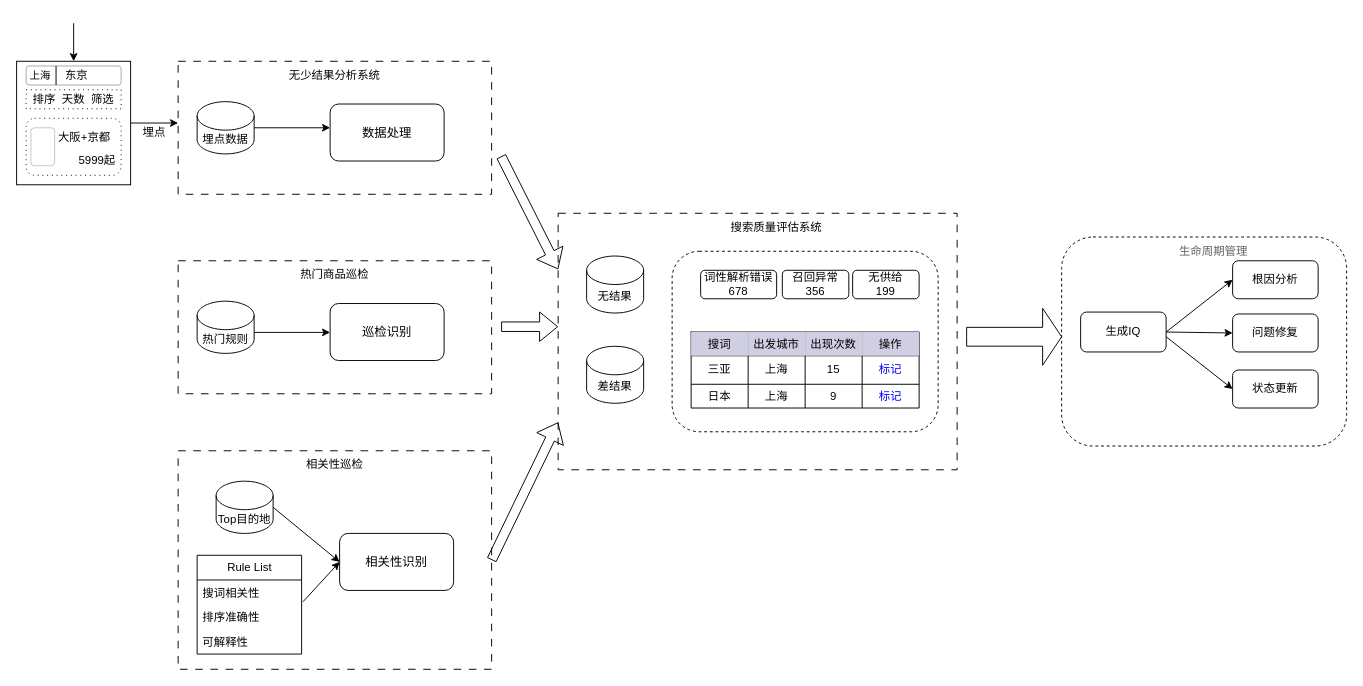
Earlier version of the draw.io diagram 旅游搜索引擎质量评估平台工具建设.drawio (haiyang1985/draw-io). Source tidied: cells renumbered, new cells numbered last; positions are measured from the earlier drawing's top-left corner, leaving out a move shared by most shapes. Both pictures are drawn from the tidied source at 95%, with x=0, y=0 at pixel (16, 23).
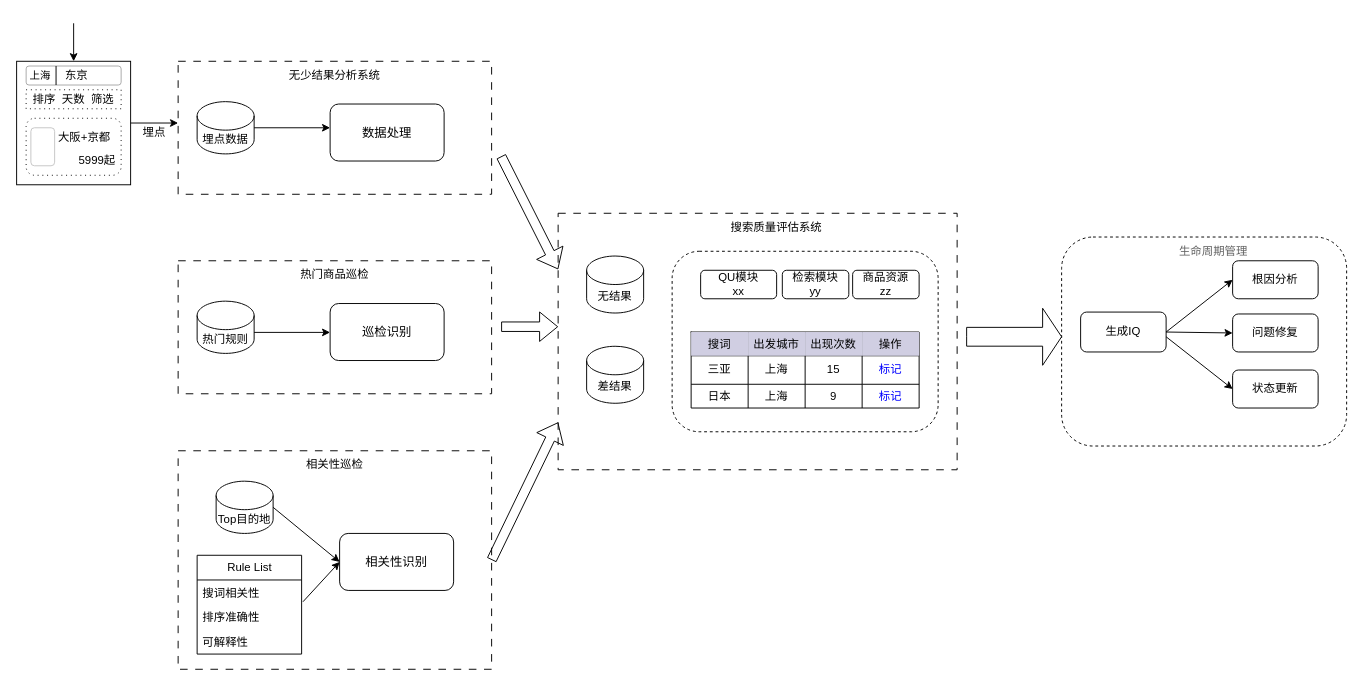
The same diagram, later.

Commit message:
Update 旅游搜索引擎质量评估平台工具建设.drawio

Diff of the diagram source:
```diff
@@
-    <mxCell id="31" value="&lt;div&gt;词性解析错误&lt;/div&gt;&lt;div&gt;678&lt;/div&gt;" style="rounded=1;whiteSpace=wrap;html=1;" parent="1" vertex="1">
+    <mxCell id="31" value="QU模块&lt;div&gt;xx&lt;/div&gt;" style="rounded=1;whiteSpace=wrap;html=1;" parent="1" vertex="1">
       <mxGeometry x="720" y="260" width="80" height="30" as="geometry" />
     </mxCell>
-    <mxCell id="32" value="召回异常&lt;div&gt;356&lt;/div&gt;" style="rounded=1;whiteSpace=wrap;html=1;" parent="1" vertex="1">
+    <mxCell id="32" value="检索模块&lt;div&gt;yy&lt;/div&gt;" style="rounded=1;whiteSpace=wrap;html=1;" parent="1" vertex="1">
       <mxGeometry x="806" y="260" width="70" height="30" as="geometry" />
     </mxCell>
-    <mxCell id="33" value="无供给&lt;br&gt;&lt;div&gt;199&lt;/div&gt;" style="rounded=1;whiteSpace=wrap;html=1;" parent="1" vertex="1">
+    <mxCell id="33" value="&lt;div&gt;&lt;span class=&quot;text-only&quot; style=&quot;white-space: pre;&quot;&gt;商品资源&lt;/span&gt;&lt;/div&gt;&lt;div&gt;&lt;span class=&quot;text-only&quot; style=&quot;white-space: pre;&quot;&gt;zz&lt;/span&gt;&lt;/div&gt;" style="rounded=1;whiteSpace=wrap;html=1;" parent="1" vertex="1">
       <mxGeometry x="880" y="260" width="70" height="30" as="geometry" />
     </mxCell>
```
